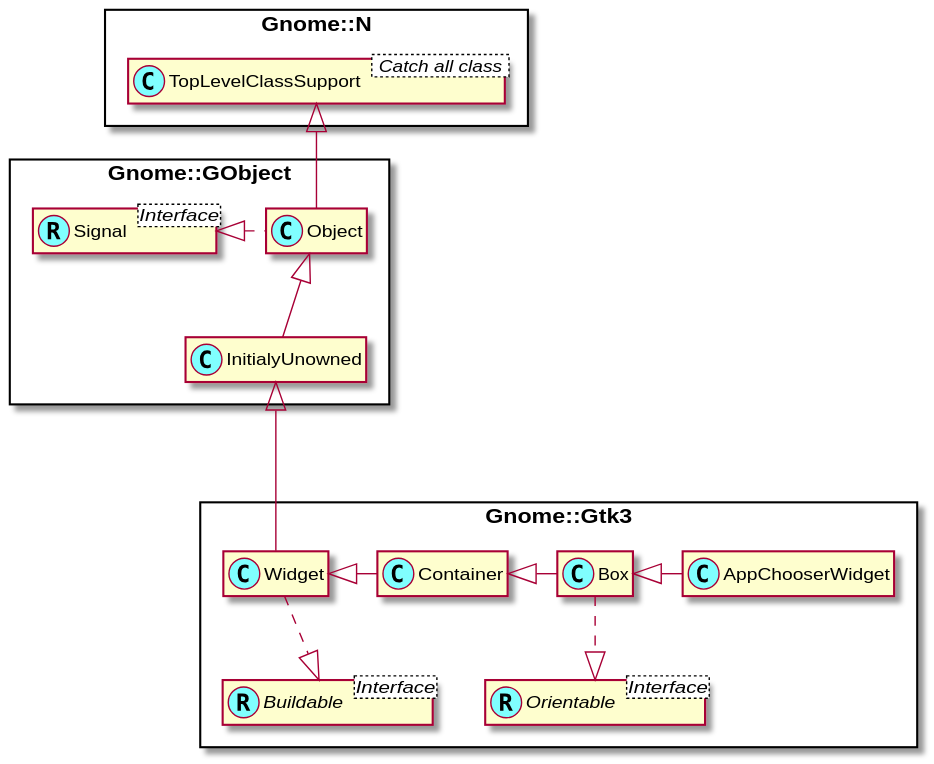
Earlier version of the PlantUML export docs/content-docs/reference/Gtk3/plantuml/AppChooserWidget.svg (MARTIMM/gnome-gtk3). Source of this version:
```plantuml
@startuml
skinparam packageStyle rectangle
skinparam stereotypeCBackgroundColor #80ffff
set namespaceSeparator ::
hide members

class Gnome::N::TopLevelClassSupport < Catch all class >

Interface Gnome::GObject::Signal <Interface>
class Gnome::GObject::Signal <<(R,#80ffff)>>

class Gnome::Gtk3::Buildable <<(R,#80ffff)>>
Interface Gnome::Gtk3::Buildable <Interface>


class Gnome::Gtk3::Orientable <<(R,#80ffff)>>
Interface Gnome::Gtk3::Orientable <Interface>


Gnome::N::TopLevelClassSupport <|-- Gnome::GObject::Object
Gnome::GObject::Object <|-- Gnome::GObject::InitialyUnowned
Gnome::GObject::Signal <|. Gnome::GObject::Object

Gnome::GObject::InitialyUnowned <|--- Gnome::Gtk3::Widget

Gnome::Gtk3::Widget <|- Gnome::Gtk3::Container
Gnome::Gtk3::Widget ..|> Gnome::Gtk3::Buildable

Gnome::Gtk3::Container <|- Gnome::Gtk3::Box
Gnome::Gtk3::Box <|- Gnome::Gtk3::AppChooserWidget
Gnome::Gtk3::Box ..|> Gnome::Gtk3::Orientable







@enduml
```
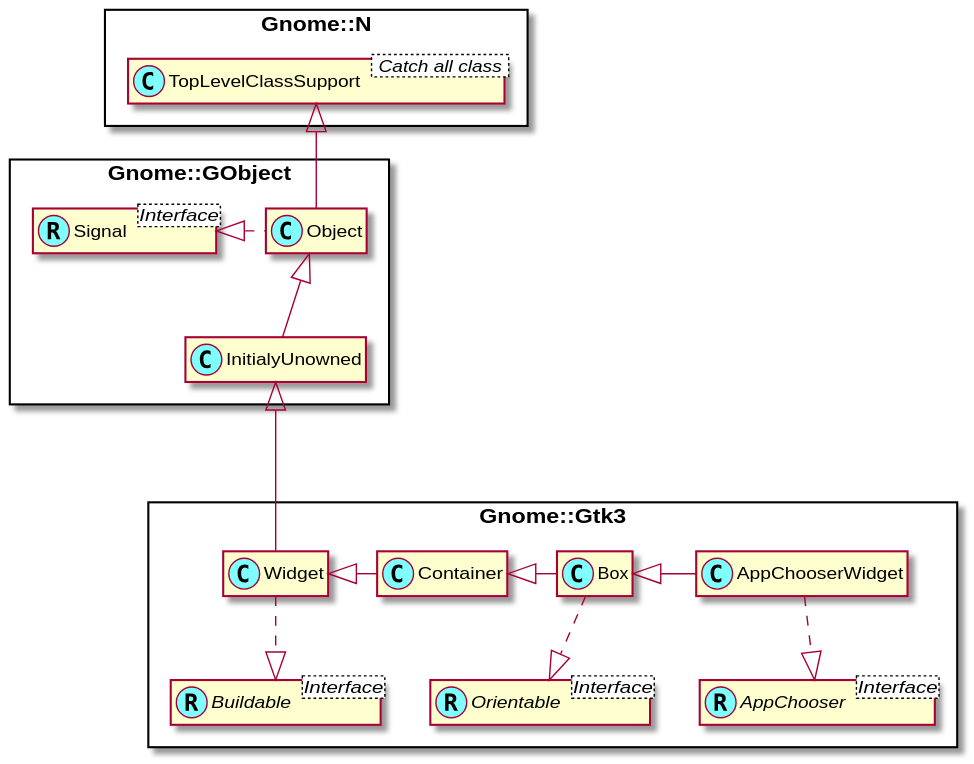
After the commit.

Change to the diagram source:
```diff
@@ -12,9 +12,11 @@
 class Gnome::Gtk3::Buildable <<(R,#80ffff)>>
 Interface Gnome::Gtk3::Buildable <Interface>
 
-
 class Gnome::Gtk3::Orientable <<(R,#80ffff)>>
 Interface Gnome::Gtk3::Orientable <Interface>
+
+class Gnome::Gtk3::AppChooser <<(R,#80ffff)>>
+Interface Gnome::Gtk3::AppChooser <Interface>
 
 
 Gnome::N::TopLevelClassSupport <|-- Gnome::GObject::Object
@@ -27,13 +29,8 @@
 Gnome::Gtk3::Widget ..|> Gnome::Gtk3::Buildable
 
 Gnome::Gtk3::Container <|- Gnome::Gtk3::Box
-Gnome::Gtk3::Box <|- Gnome::Gtk3::AppChooserWidget
 Gnome::Gtk3::Box ..|> Gnome::Gtk3::Orientable
 
-
-
-
-
-
-
+Gnome::Gtk3::Box <|- Gnome::Gtk3::AppChooserWidget
+Gnome::Gtk3::AppChooserWidget ..|> Gnome::Gtk3::AppChooser
 @enduml
```
